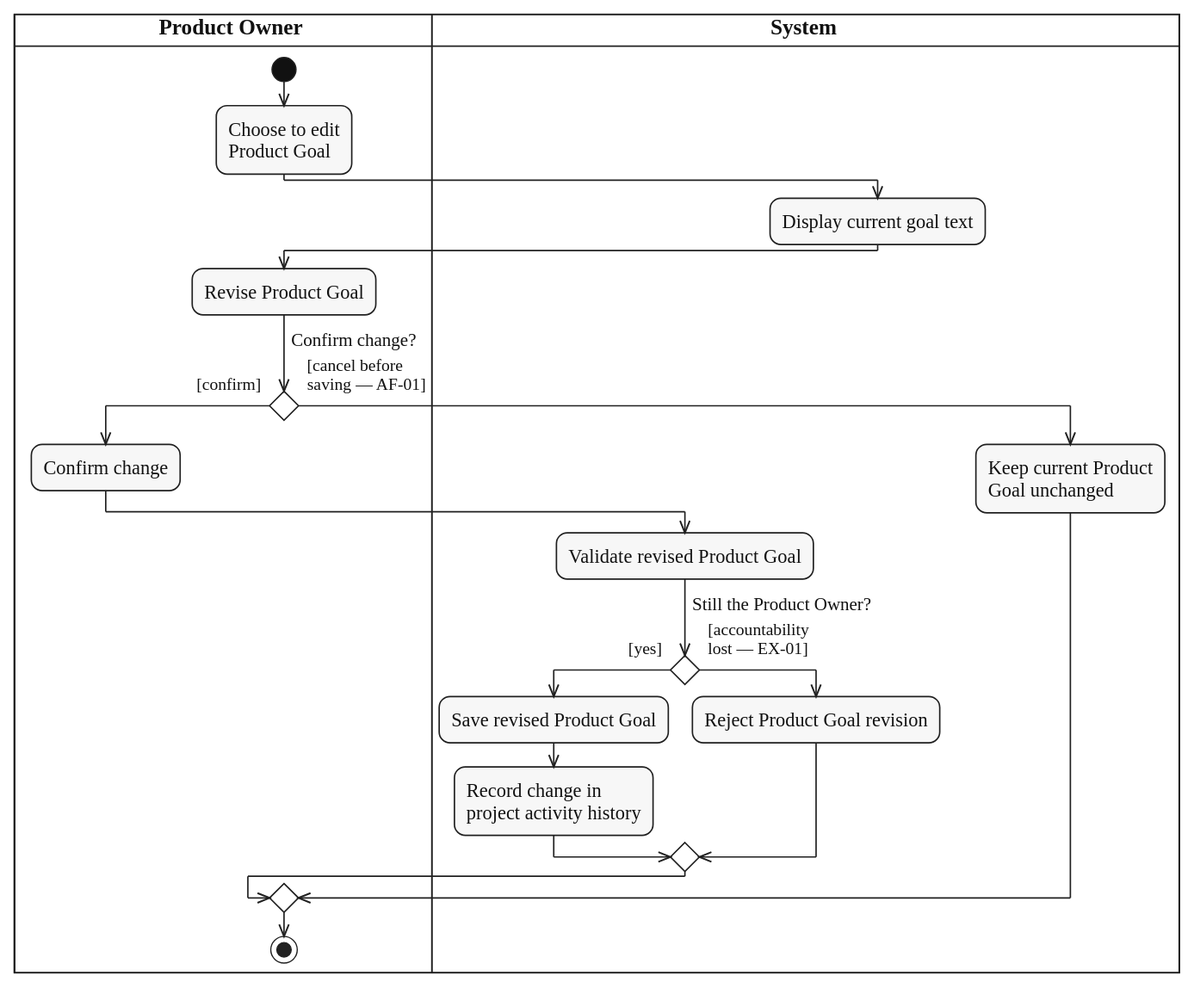
The PlantUML diagram diagrams/activity/product-backlog/svg/UC-PRODUCT-GOAL-UPDATE.svg in lukenab/swd392-doc-automation, before a commit. Its source is kept beside it as diagrams/activity/product-backlog/source/UC-PRODUCT-GOAL-UPDATE.puml.
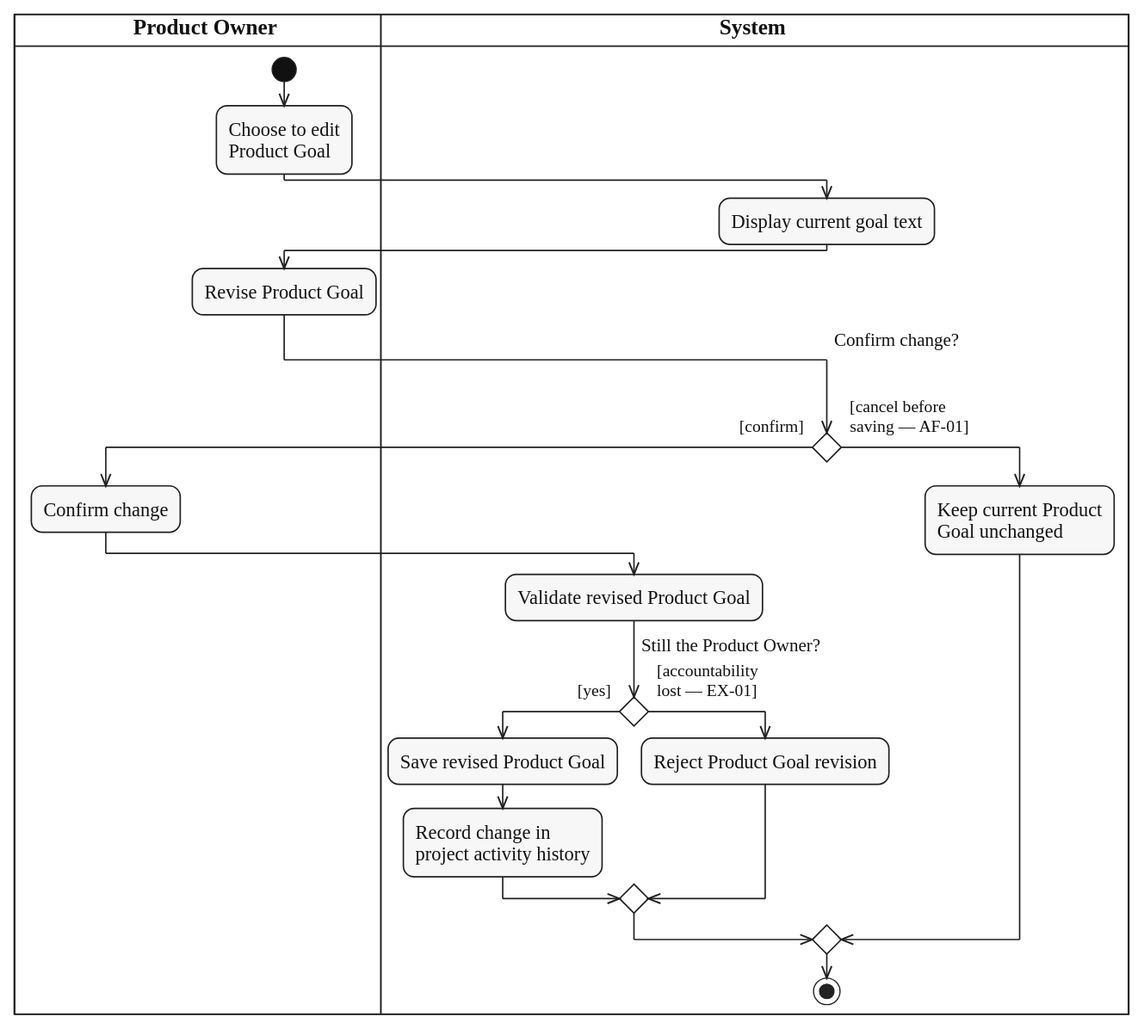
After the commit.

Diff of the diagram source:
```diff
@@ -11,7 +11,9 @@
 :Display current goal text;
 |PRO|
 :Revise Product Goal;
-if ($question("Confirm change?")) then ($guard_left("[confirm]"))
+|SYS|
+if ($question_x("Confirm change?")) then ($guard_left("[confirm]"))
+  |PRO|
   :Confirm change;
   |SYS|
   :Validate revised Product Goal;
@@ -27,6 +29,6 @@
   :Keep current Product
   Goal unchanged;
 endif
-|PRO|
+|SYS|
 stop
 @enduml
```
